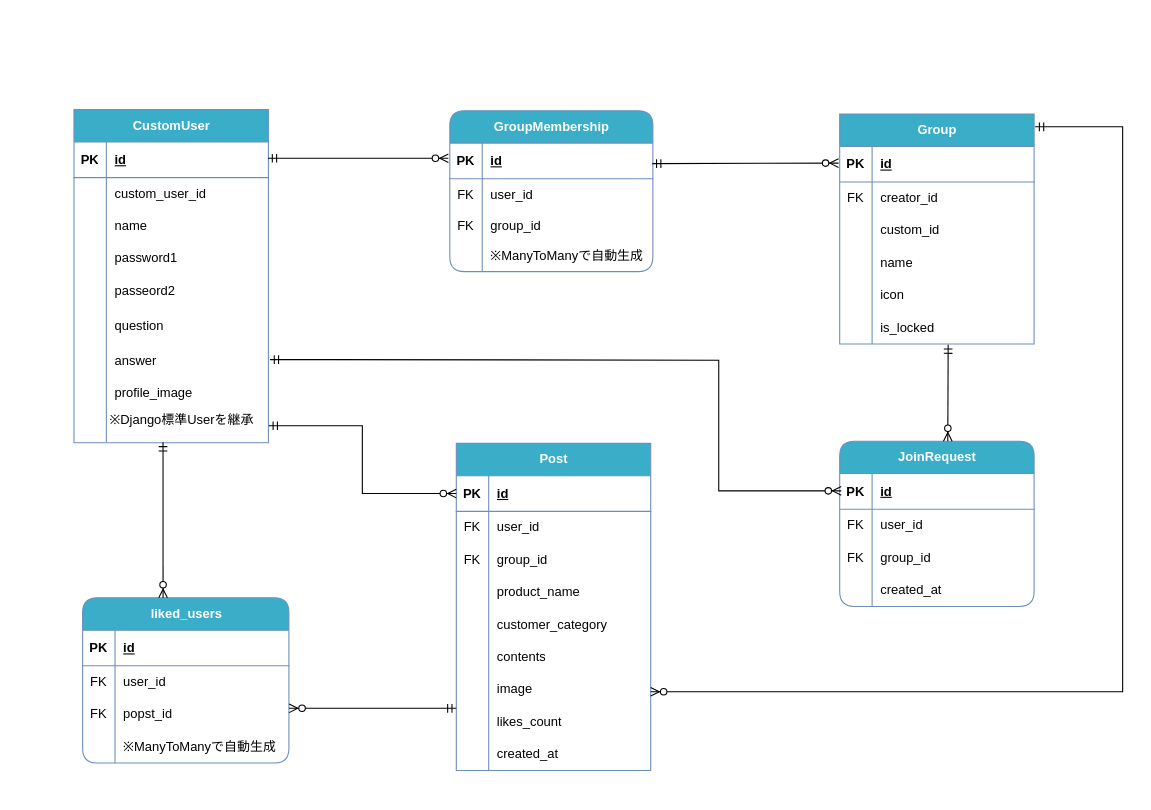
Earlier version of the draw.io diagram docs/drawio/mysfa-er.drawio (wairo8714/MySFA). Source tidied: cells renumbered, new cells numbered last; positions are measured from the earlier drawing's top-left corner, leaving out a move shared by most shapes. Both pictures are drawn from the tidied source at 108%, with x=0, y=0 at pixel (73, 109).
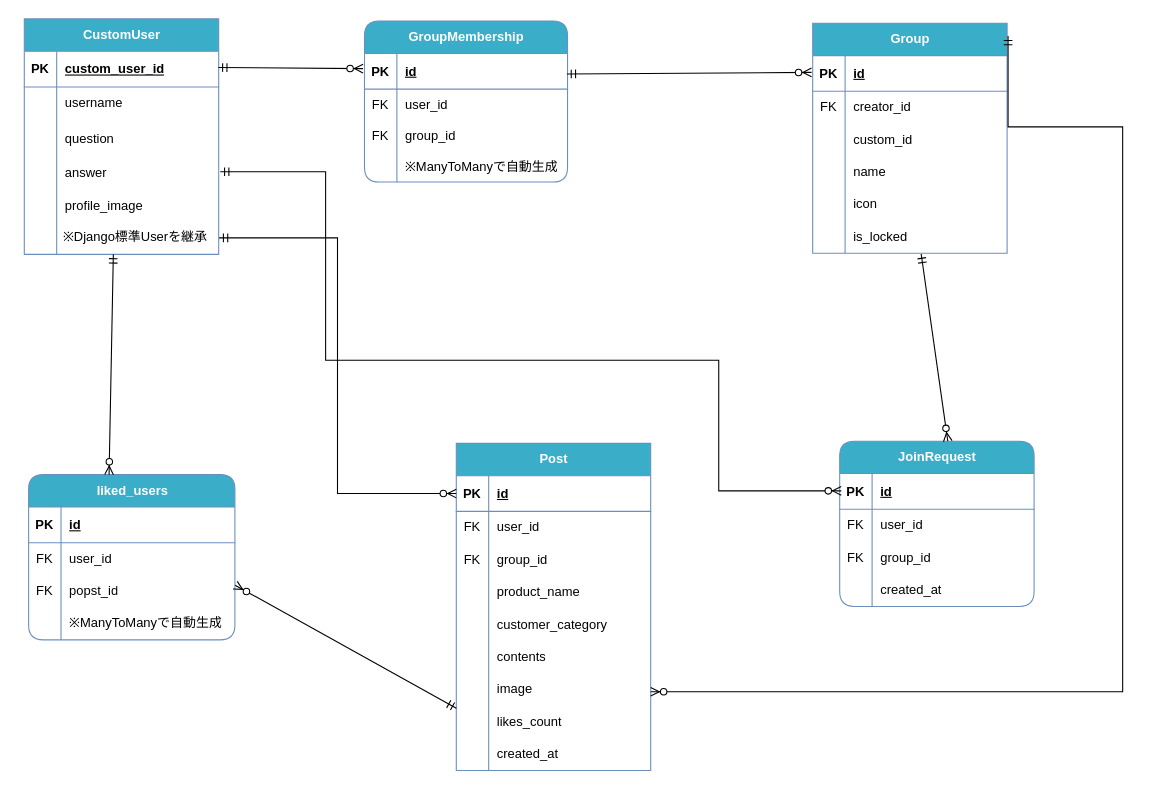
The same diagram, later.

Commit message:
mysfa-er.drawio を更新します

Unchanged cells that the change refers to:
```xml
<mxCell id="4" style="shape=tableRow;horizontal=0;startSize=0;swimlaneHead=0;swimlaneBody=0;fillColor=none;points=[[0,0.5],[1,0.5]];portConstraint=eastwest;top=0;left=0;right=0;bottom=1;strokeColor=light-dark(#6c8ebf, #000000);" parent="3" vertex="1">
  <mxGeometry y="30" width="180" height="33" as="geometry" />
</mxCell>
```

Change to the diagram source:
```diff
@@
     <mxCell id="2" style="group;" parent="1" vertex="1">
-      <mxGeometry width="180" height="273.4" as="geometry" />
+      <mxGeometry x="-51" y="-83" width="182" height="218" as="geometry" />
     </mxCell>
+    <mxCell id="131" style="group;" parent="2" vertex="1">
+      <mxGeometry x="5" y="-1" width="180" height="218" as="geometry" />
+    </mxCell>
-    <mxCell id="3" value="&lt;font style=&quot;color: light-dark(rgb(255, 255, 255), rgb(255, 255, 255));&quot;&gt;CustomUser&lt;/font&gt;" style="shape=table;startSize=30;childLayout=tableLayout;rowLines=0;fontStyle=1;align=center;html=1;fillColor=#3AADC8;strokeColor=light-dark(#6c8ebf, #000000);swimlaneFillColor=none;" parent="2" vertex="1">
-      <mxGeometry width="180" height="308.4" as="geometry" />
+    <mxCell id="3" value="&lt;font style=&quot;color: light-dark(rgb(255, 255, 255), rgb(255, 255, 255));&quot;&gt;CustomUser&lt;/font&gt;" style="shape=table;startSize=30;childLayout=tableLayout;rowLines=0;fontStyle=1;align=center;html=1;fillColor=#3AADC8;strokeColor=light-dark(#6c8ebf, #000000);swimlaneFillColor=none;" parent="131" vertex="1">
+      <mxGeometry width="180" height="218" as="geometry" />
     </mxCell>
@@
-    <mxCell id="6" value="id" style="shape=partialRectangle;fillColor=none;top=0;left=0;bottom=0;right=0;align=left;spacingLeft=6;fontStyle=5;overflow=hidden;whiteSpace=wrap;html=1;fontColor=light-dark(#000000,#000000);strokeColor=light-dark(#6c8ebf, #000000);" parent="4" vertex="1">
+    <mxCell id="6" value="custom_user_id" style="shape=partialRectangle;fillColor=none;top=0;left=0;bottom=0;right=0;align=left;spacingLeft=6;fontStyle=5;overflow=hidden;whiteSpace=wrap;html=1;fontColor=light-dark(#000000,#000000);strokeColor=light-dark(#6c8ebf, #000000);" parent="4" vertex="1">
       <mxGeometry x="30" width="150" height="33" as="geometry" />
     </mxCell>
-    <mxCell id="7" style="shape=tableRow;horizontal=0;startSize=0;swimlaneHead=0;swimlaneBody=0;fillColor=none;top=0;left=0;right=0;bottom=0;strokeColor=light-dark(#6c8ebf, #000000);" parent="3" vertex="1">
-      <mxGeometry y="63" width="180" height="30" as="geometry" />
-    </mxCell>
-    <mxCell id="8" style="shape=partialRectangle;fillColor=none;top=0;left=0;bottom=0;right=0;overflow=hidden;whiteSpace=wrap;html=1;strokeColor=light-dark(#6c8ebf, #000000);" parent="7" vertex="1">
-      <mxGeometry width="30" height="30" as="geometry" />
-    </mxCell>
-    <mxCell id="9" value="custom_user_id" style="shape=partialRectangle;fillColor=none;top=0;left=0;bottom=0;right=0;align=left;spacingLeft=6;overflow=hidden;whiteSpace=wrap;html=1;fontColor=light-dark(#000000,#000000);strokeColor=light-dark(#6c8ebf, #000000);" parent="7" vertex="1">
-      <mxGeometry x="30" width="150" height="30" as="geometry" />
-    </mxCell>
     <mxCell id="10" style="shape=tableRow;horizontal=0;startSize=0;swimlaneHead=0;swimlaneBody=0;fillColor=none;top=0;left=0;right=0;bottom=0;strokeColor=light-dark(#6c8ebf, #000000);" parent="3" vertex="1">
-      <mxGeometry y="93" width="180" height="30" as="geometry" />
+      <mxGeometry y="63" width="180" height="30" as="geometry" />
     </mxCell>
@@
-    <mxCell id="12" value="name&lt;span style=&quot;white-space: pre;&quot;&gt;&#9;&lt;/span&gt;" style="shape=partialRectangle;fillColor=none;top=0;left=0;bottom=0;right=0;align=left;spacingLeft=6;overflow=hidden;whiteSpace=wrap;html=1;fontColor=light-dark(#000000,#000000);strokeColor=light-dark(#6c8ebf, #000000);" parent="10" vertex="1">
+    <mxCell id="12" value="user&lt;span style=&quot;background-color: transparent;&quot;&gt;name&lt;/span&gt;&lt;span style=&quot;background-color: transparent; white-space: pre;&quot;&gt;&#9;&lt;/span&gt;" style="shape=partialRectangle;fillColor=none;top=0;left=0;bottom=0;right=0;align=left;spacingLeft=6;overflow=hidden;whiteSpace=wrap;html=1;fontColor=light-dark(#000000,#000000);strokeColor=light-dark(#6c8ebf, #000000);" parent="10" vertex="1">
       <mxGeometry x="30" width="150" height="30" as="geometry" />
     </mxCell>
-    <mxCell id="13" style="shape=tableRow;horizontal=0;startSize=0;swimlaneHead=0;swimlaneBody=0;fillColor=none;top=0;left=0;right=0;bottom=0;strokeColor=light-dark(#6c8ebf, #000000);" parent="3" vertex="1">
-      <mxGeometry y="123" width="180" height="30" as="geometry" />
-    </mxCell>
-    <mxCell id="14" style="shape=partialRectangle;fillColor=none;top=0;left=0;bottom=0;right=0;overflow=hidden;whiteSpace=wrap;html=1;strokeColor=light-dark(#6c8ebf, #000000);" parent="13" vertex="1">
-      <mxGeometry width="30" height="30" as="geometry" />
-    </mxCell>
-    <mxCell id="15" value="password1" style="shape=partialRectangle;fillColor=none;top=0;left=0;bottom=0;right=0;align=left;spacingLeft=6;overflow=hidden;whiteSpace=wrap;html=1;fontColor=light-dark(#000000,#000000);strokeColor=light-dark(#6c8ebf, #000000);" parent="13" vertex="1">
-      <mxGeometry x="30" width="150" height="30" as="geometry" />
-    </mxCell>
-    <mxCell id="16" style="shape=tableRow;horizontal=0;startSize=0;swimlaneHead=0;swimlaneBody=0;fillColor=none;top=0;left=0;right=0;bottom=0;strokeColor=light-dark(#6c8ebf, #000000);" parent="3" vertex="1">
-      <mxGeometry y="153" width="180" height="30" as="geometry" />
-    </mxCell>
-    <mxCell id="17" style="shape=partialRectangle;fillColor=none;top=0;left=0;bottom=0;right=0;overflow=hidden;whiteSpace=wrap;html=1;strokeColor=light-dark(#6c8ebf, #000000);" parent="16" vertex="1">
-      <mxGeometry width="30" height="30" as="geometry" />
-    </mxCell>
-    <mxCell id="18" value="passeord2" style="shape=partialRectangle;fillColor=none;top=0;left=0;bottom=0;right=0;align=left;spacingLeft=6;overflow=hidden;whiteSpace=wrap;html=1;fontColor=light-dark(#000000,#000000);strokeColor=light-dark(#6c8ebf, #000000);" parent="16" vertex="1">
-      <mxGeometry x="30" width="150" height="30" as="geometry" />
-    </mxCell>
     <mxCell id="19" style="shape=tableRow;horizontal=0;startSize=0;swimlaneHead=0;swimlaneBody=0;fillColor=none;top=0;left=0;right=0;bottom=0;strokeColor=light-dark(#6c8ebf, #000000);" parent="3" vertex="1">
-      <mxGeometry y="183" width="180" height="35" as="geometry" />
+      <mxGeometry y="93" width="180" height="35" as="geometry" />
     </mxCell>
@@
     <mxCell id="22" style="shape=tableRow;horizontal=0;startSize=0;swimlaneHead=0;swimlaneBody=0;fillColor=none;points=[[0,0.5],[1,0.5]];portConstraint=eastwest;top=0;left=0;right=0;bottom=0;strokeColor=light-dark(#6c8ebf, #000000);" parent="3" vertex="1">
-      <mxGeometry y="218" width="180" height="30" as="geometry" />
+      <mxGeometry y="128" width="180" height="30" as="geometry" />
     </mxCell>
@@
     <mxCell id="25" style="shape=tableRow;horizontal=0;startSize=0;swimlaneHead=0;swimlaneBody=0;fillColor=none;top=0;left=0;right=0;bottom=0;strokeColor=light-dark(#6c8ebf, #000000);" parent="3" vertex="1">
-      <mxGeometry y="248" width="180" height="30" as="geometry" />
+      <mxGeometry y="158" width="180" height="30" as="geometry" />
     </mxCell>
@@
     <mxCell id="28" style="shape=tableRow;horizontal=0;startSize=0;swimlaneHead=0;swimlaneBody=0;fillColor=none;points=[[0,0.5],[1,0.5]];portConstraint=eastwest;top=0;left=0;right=0;bottom=0;strokeColor=light-dark(#6c8ebf, #000000);" parent="3" vertex="1">
-      <mxGeometry y="278" width="180" height="30" as="geometry" />
+      <mxGeometry y="188" width="180" height="30" as="geometry" />
     </mxCell>
@@
+    <mxCell id="130" value="※Django標準Userを継承" style="shape=partialRectangle;fillColor=none;top=0;left=0;bottom=0;right=0;align=center;spacingLeft=6;overflow=hidden;whiteSpace=wrap;html=1;labelBorderColor=none;perimeterSpacing=1;fontColor=light-dark(#000000,#000000);" parent="131" vertex="1">
+      <mxGeometry x="20" y="191" width="160" height="21.2" as="geometry" />
+    </mxCell>
@@
     <mxCell id="77" value="&lt;font style=&quot;color: rgb(255, 255, 255);&quot;&gt;liked_users&lt;/font&gt;" style="shape=table;startSize=30;childLayout=tableLayout;rowLines=0;fontStyle=1;align=center;html=1;fillColor=#3AADC8;strokeColor=light-dark(#6c8ebf, #000000);swimlaneFillColor=none;rounded=1;" parent="1" vertex="1">
-      <mxGeometry x="8" y="452" width="191" height="153" as="geometry" />
+      <mxGeometry x="-42" y="338" width="191" height="153" as="geometry" />
     </mxCell>
@@
     <mxCell id="90" value="&lt;font color=&quot;#ffffff&quot;&gt;Group&lt;/font&gt;" style="shape=table;startSize=30;childLayout=tableLayout;rowLines=0;fontStyle=1;align=center;html=1;fillColor=#3AADC8;strokeColor=light-dark(#6c8ebf, #000000);swimlaneFillColor=none;" parent="1" vertex="1">
-      <mxGeometry x="709" y="4" width="180" height="213" as="geometry" />
+      <mxGeometry x="684" y="-80" width="180" height="213" as="geometry" />
     </mxCell>
@@
     <mxCell id="109" value="&lt;font color=&quot;#ffffff&quot;&gt;GroupMembership&lt;/font&gt;" style="shape=table;startSize=30;childLayout=tableLayout;rowLines=0;fontStyle=1;align=center;html=1;fillColor=#3AADC8;strokeColor=light-dark(#6c8ebf, #000000);swimlaneFillColor=none;rounded=1;" parent="1" vertex="1">
-      <mxGeometry x="348" y="1" width="188" height="149" as="geometry" />
+      <mxGeometry x="269" y="-82" width="188" height="149" as="geometry" />
     </mxCell>
@@
-    <mxCell id="130" value="※Django標準Userを継承" style="shape=partialRectangle;fillColor=none;top=0;left=0;bottom=0;right=0;align=center;spacingLeft=6;overflow=hidden;whiteSpace=wrap;html=1;labelBorderColor=none;perimeterSpacing=1;fontColor=light-dark(#000000,#000000);" parent="1" vertex="1">
-      <mxGeometry x="17" y="273" width="160" height="30" as="geometry" />
-    </mxCell>
```
